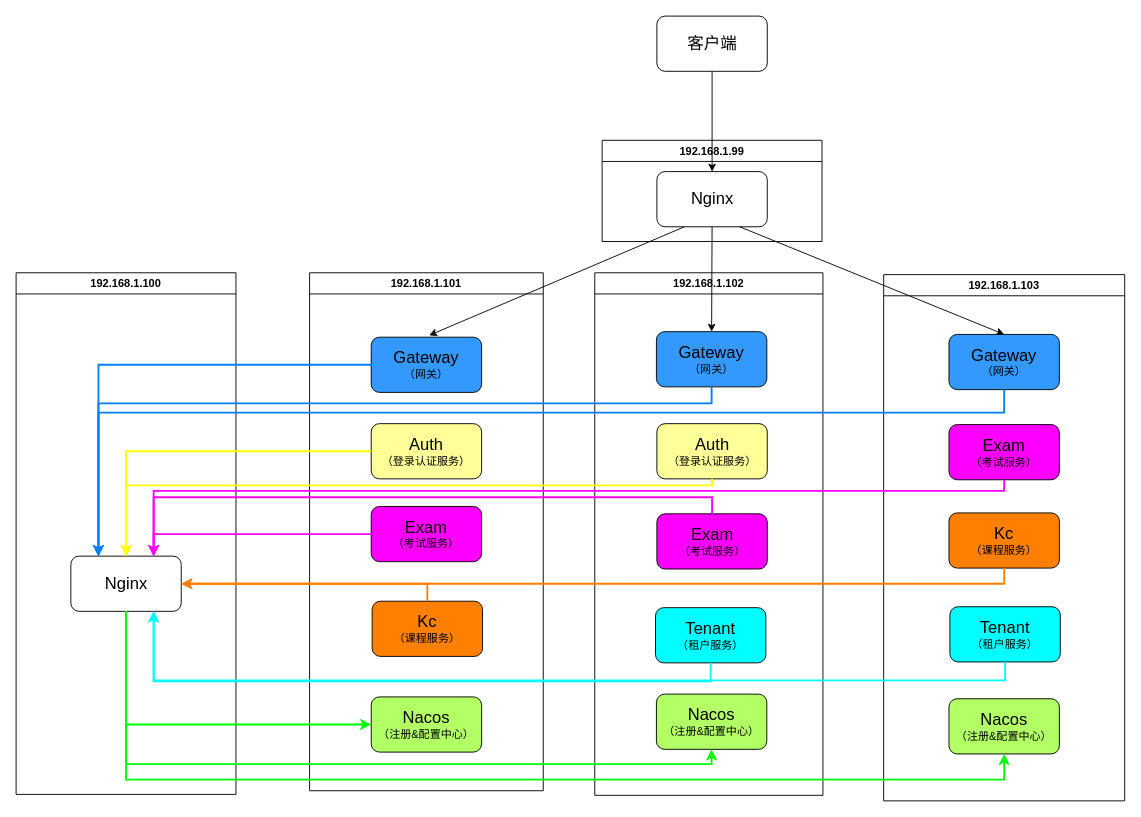
Earlier version of the draw.io diagram ence/spring-cloud.drawio (MuggleStar/draw_io). Source tidied: cells renumbered, new cells numbered last; positions are measured from the earlier drawing's top-left corner, leaving out a move shared by most shapes. Both pictures are drawn from the tidied source at 92%, with x=0, y=0 at pixel (16, 16).
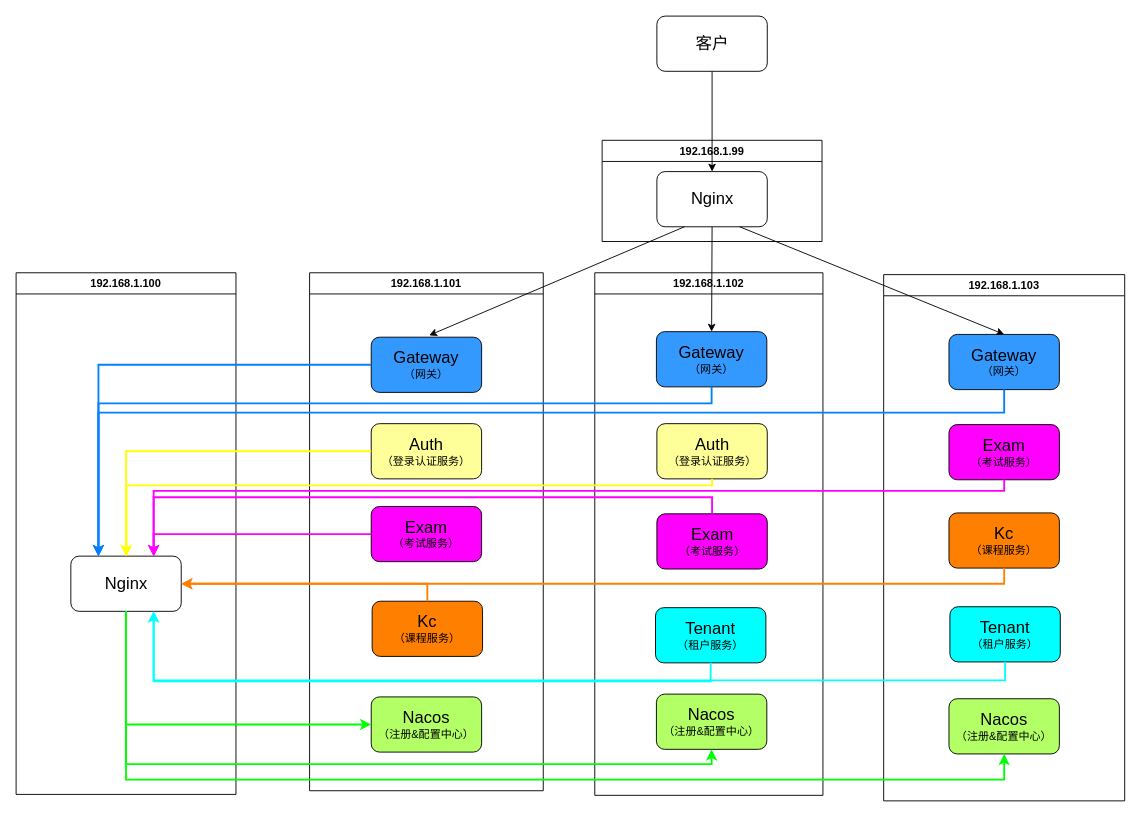
After the change.

Change to the diagram source:
```diff
@@
-    <mxCell id="26" value="&lt;span style=&quot;font-size: 18px;&quot;&gt;客户端&lt;br&gt;&lt;/span&gt;" style="rounded=1;whiteSpace=wrap;html=1;fillColor=#FFFFFF;" parent="1" vertex="1">
+    <mxCell id="26" value="&lt;span style=&quot;font-size: 18px;&quot;&gt;客户&lt;br&gt;&lt;/span&gt;" style="rounded=1;whiteSpace=wrap;html=1;fillColor=#FFFFFF;" parent="1" vertex="1">
       <mxGeometry x="696.5" width="120" height="60" as="geometry" />
     </mxCell>
```
